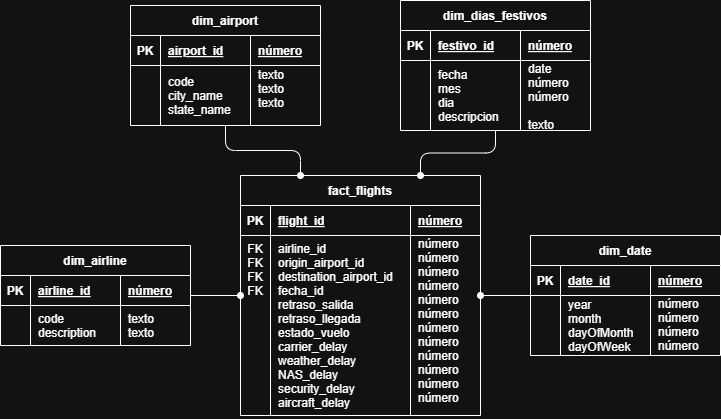
This is 4_modeling/ModeloEstrella.png from LuisCulajay/IntroduccionAnalisisDatos_ProyectoFinal, a draw.io export, as it was before one commit. Source tidied: cells renumbered, new cells last; positions are measured from the earlier drawing's top-left corner, leaving out a move shared by most shapes.
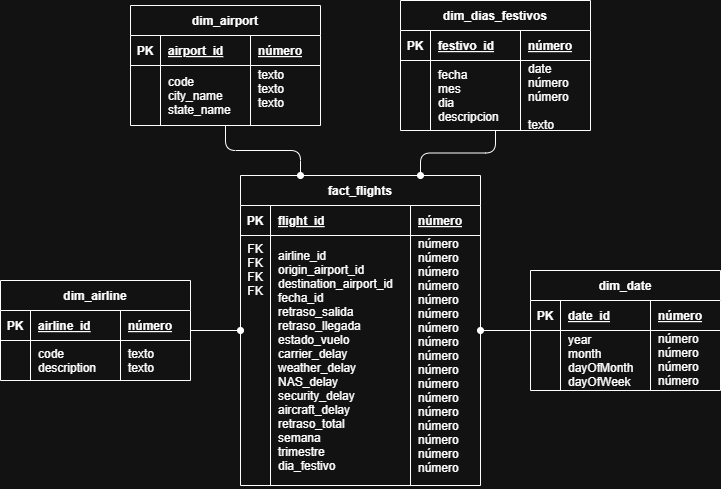
The same diagram one commit later.

What changed in the source:
```diff
@@ -3,7 +3,7 @@
     <mxCell id="0" />
     <mxCell id="1" parent="0" />
     <mxCell id="2" value="fact_flights" style="shape=table;startSize=30;rowLines=0;fontStyle=1;align=center;" parent="1" vertex="1">
-      <mxGeometry x="240" y="175" width="240" height="240" as="geometry" />
+      <mxGeometry x="240" y="175" width="240" height="310" as="geometry" />
     </mxCell>
     <mxCell id="3" style="shape=partialRectangle;fillColor=none;top=0;left=0;right=0;bottom=1;" parent="2" vertex="1">
       <mxGeometry y="30" width="240" height="30" as="geometry" />
@@ -18,19 +18,19 @@
       <mxGeometry x="170" width="70" height="30" as="geometry" />
     </mxCell>
     <mxCell id="7" style="shape=partialRectangle;fillColor=none;top=0;left=0;right=0;bottom=0;" parent="2" vertex="1">
-      <mxGeometry y="60" width="240" height="180" as="geometry" />
+      <mxGeometry y="60" width="240" height="250" as="geometry" />
     </mxCell>
     <mxCell id="8" value="FK&#10;FK&#10;FK&#10;FK" style="shape=partialRectangle;overflow=hidden;fillColor=none;top=0;left=0;bottom=0;right=0;verticalAlign=top;" parent="7" vertex="1">
-      <mxGeometry width="30" height="180" as="geometry" />
+      <mxGeometry width="30" height="250" as="geometry" />
     </mxCell>
-    <mxCell id="9" value="airline_id&#10;origin_airport_id&#10;destination_airport_id&#10;fecha_id&#10;retraso_salida&#10;retraso_llegada&#10;estado_vuelo&#10;carrier_delay&#10;weather_delay&#10;NAS_delay&#10;security_delay&#10;aircraft_delay" style="shape=partialRectangle;overflow=hidden;fillColor=none;top=0;left=0;bottom=0;right=0;align=left;spacingLeft=6;" parent="7" vertex="1">
-      <mxGeometry x="30" width="140" height="180" as="geometry" />
+    <mxCell id="9" value="airline_id&#10;origin_airport_id&#10;destination_airport_id&#10;fecha_id&#10;retraso_salida&#10;retraso_llegada&#10;estado_vuelo&#10;carrier_delay&#10;weather_delay&#10;NAS_delay&#10;security_delay&#10;aircraft_delay&#10;retraso_total&#10;semana&#10;trimestre&#10;dia_festivo" style="shape=partialRectangle;overflow=hidden;fillColor=none;top=0;left=0;bottom=0;right=0;align=left;spacingLeft=6;" parent="7" vertex="1">
+      <mxGeometry x="30" width="140" height="250" as="geometry" />
     </mxCell>
-    <mxCell id="10" value="número&#10;número&#10;número&#10;número&#10;número&#10;número&#10;número&#10;número&#10;número&#10;número&#10;número&#10;número&#10;" style="shape=partialRectangle;overflow=hidden;fillColor=none;top=0;left=0;bottom=0;right=0;align=left;spacingLeft=6;" parent="7" vertex="1">
-      <mxGeometry x="170" width="70" height="180" as="geometry" />
+    <mxCell id="10" value="número&#10;número&#10;número&#10;número&#10;número&#10;número&#10;número&#10;número&#10;número&#10;número&#10;número&#10;número&#10;número&#10;número&#10;número&#10;número&#10;número&#10;" style="shape=partialRectangle;overflow=hidden;fillColor=none;top=0;left=0;bottom=0;right=0;align=left;spacingLeft=6;" parent="7" vertex="1">
+      <mxGeometry x="170" width="70" height="250" as="geometry" />
     </mxCell>
     <mxCell id="11" value="dim_airline" style="shape=table;startSize=30;rowLines=0;fontStyle=1;align=center;" parent="1" vertex="1">
-      <mxGeometry y="245" width="190" height="100" as="geometry" />
+      <mxGeometry y="280" width="190" height="100" as="geometry" />
     </mxCell>
     <mxCell id="12" style="shape=partialRectangle;fillColor=none;top=0;left=0;right=0;bottom=1;" parent="11" vertex="1">
       <mxGeometry y="30" width="190" height="30" as="geometry" />
@@ -84,7 +84,7 @@
       <mxGeometry x="120" width="70" height="60" as="geometry" />
     </mxCell>
     <mxCell id="29" value="dim_date" style="shape=table;startSize=30;rowLines=0;fontStyle=1;align=center;" parent="1" vertex="1">
-      <mxGeometry x="530" y="235" width="190" height="120" as="geometry" />
+      <mxGeometry x="530" y="270" width="190" height="120" as="geometry" />
     </mxCell>
     <mxCell id="30" style="shape=partialRectangle;fillColor=none;top=0;left=0;right=0;bottom=1;" parent="29" vertex="1">
       <mxGeometry y="30" width="190" height="30" as="geometry" />
```
